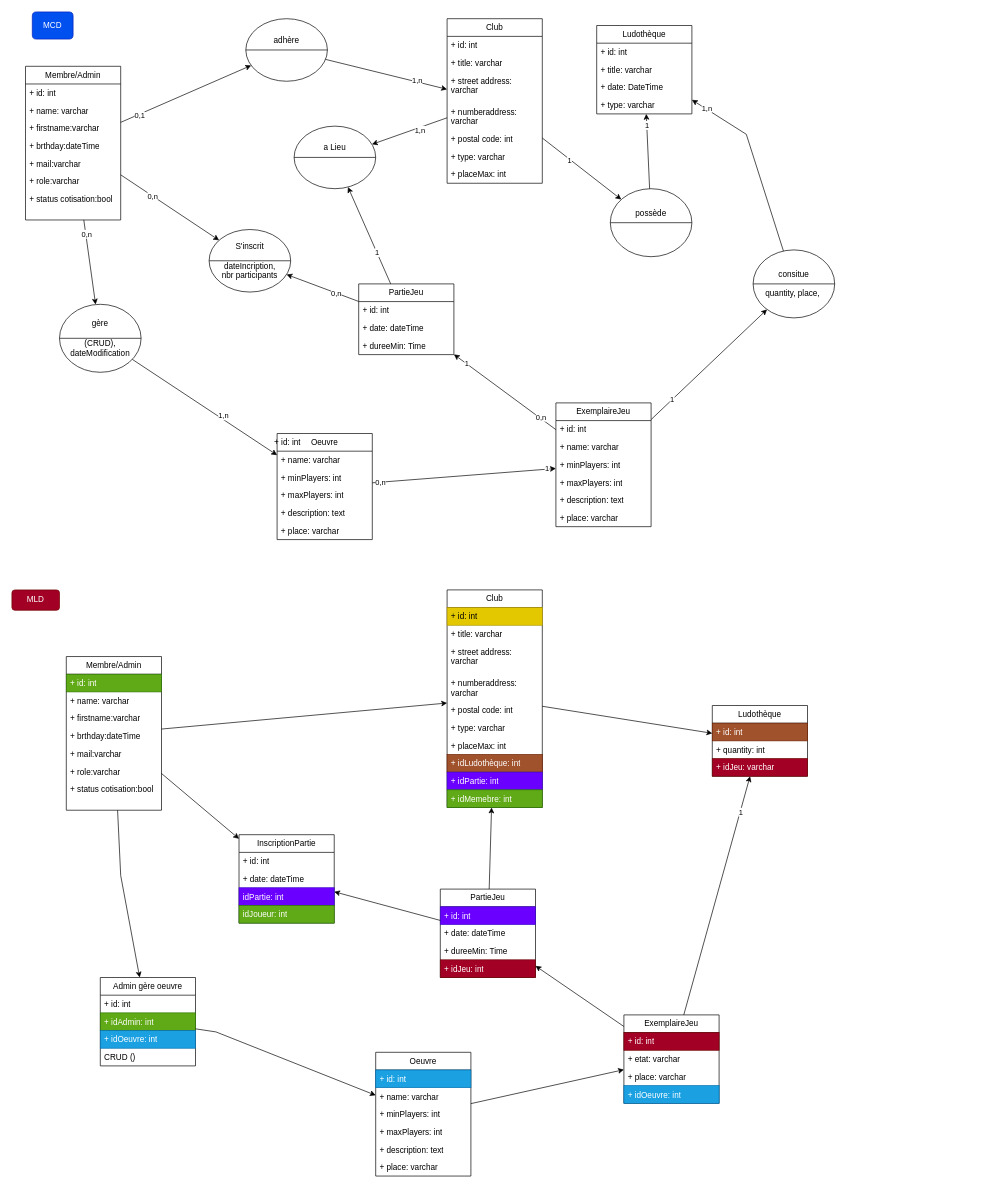
The draw.io diagram Projet Symphony/DiagrammesAnalyse/analyseMCDLudothequedrawio.drawio in Dj3ni/I3_PHP, before the edit. Source tidied: cells renumbered, new cells numbered last; positions are measured from the earlier drawing's top-left corner, leaving out a move shared by most shapes. Both pictures are drawn from the tidied source at 68%, with x=0, y=0 at pixel (12, 12).
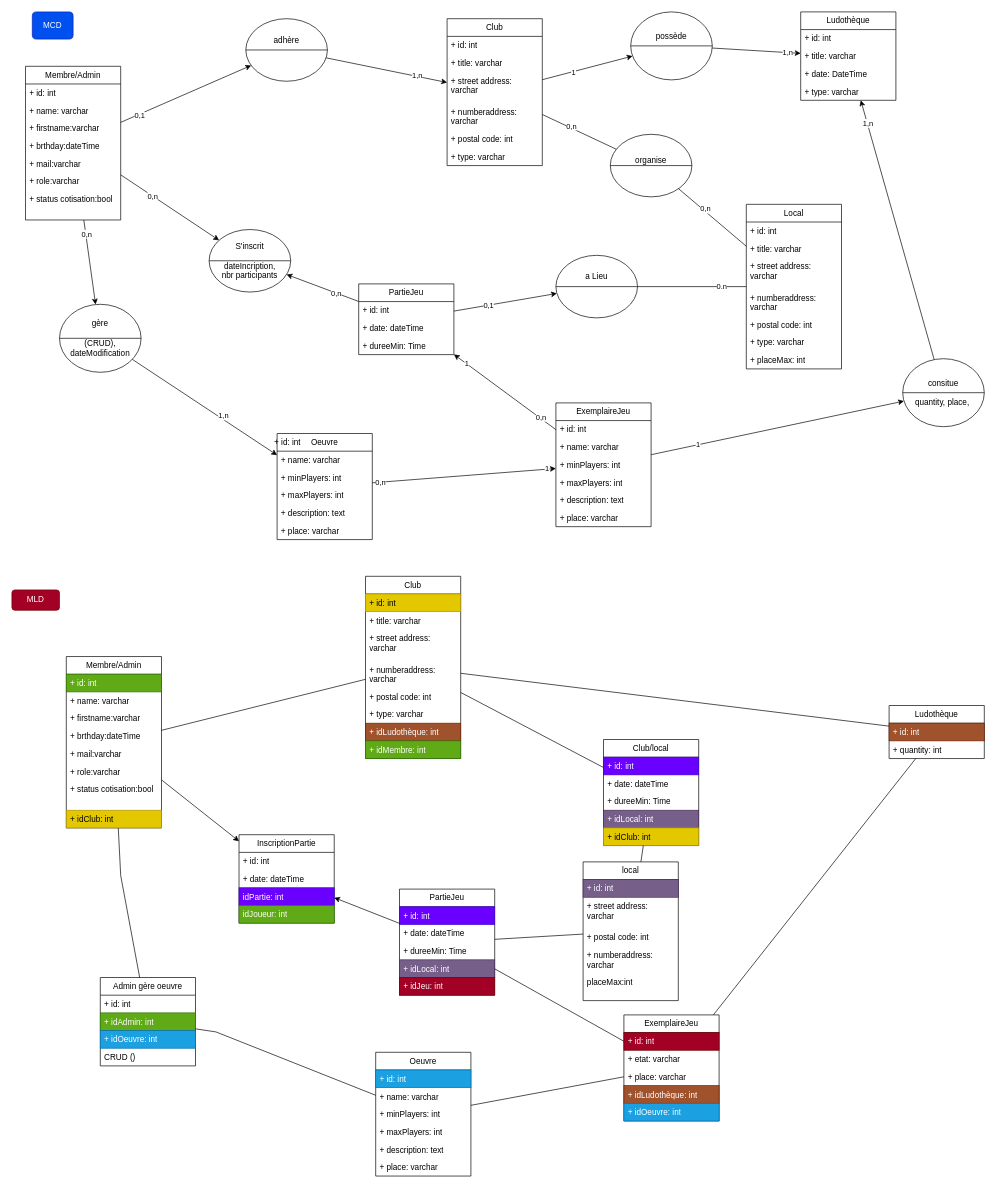
The same page after the edit.

Unchanged cells that the change refers to:
```xml
<mxCell id="58" style="endArrow=classic;html=1;rounded=0;" parent="1" edge="1" source="31" target="55">
  <mxGeometry relative="1" as="geometry" />
</mxCell>
<mxCell id="69" style="endArrow=classic;html=1;rounded=0;" parent="1" edge="1" source="68" target="63">
  <mxGeometry relative="1" as="geometry" />
</mxCell>
<mxCell id="98" value="Oeuvre" style="swimlane;fontStyle=0;horizontal=1;startSize=26;fillColor=none;whiteSpace=wrap;html=1;" parent="1" vertex="1">
  <mxGeometry x="535" y="1530" width="140" height="182" as="geometry" />
</mxCell>
<mxCell id="120" value="Admin gère oeuvre" style="swimlane;fontStyle=0;horizontal=1;startSize=26;fillColor=none;whiteSpace=wrap;html=1;" parent="1" vertex="1">
  <mxGeometry x="130" y="1420" width="140" height="130" as="geometry" />
</mxCell>
```

What changed in the source:
```diff
@@
     <mxCell id="10" value="Club" style="swimlane;fontStyle=0;horizontal=1;startSize=26;fillColor=none;whiteSpace=wrap;html=1;" parent="1" vertex="1">
-      <mxGeometry x="640" y="10" width="140" height="242" as="geometry" />
+      <mxGeometry x="640" y="10" width="140" height="216" as="geometry" />
     </mxCell>
@@
-    <mxCell id="17" value="+ placeMax: int" style="text;strokeColor=none;fillColor=none;align=left;verticalAlign=top;spacingLeft=4;spacingRight=4;overflow=hidden;whiteSpace=wrap;html=1;" parent="10" vertex="1">
-      <mxGeometry y="216" width="140" height="26" as="geometry" />
-    </mxCell>
@@
     <mxCell id="30" value="consitue&lt;div&gt;&lt;br&gt;&lt;/div&gt;&lt;div&gt;quantity, place,&amp;nbsp;&lt;/div&gt;" style="shape=lineEllipse;perimeter=ellipsePerimeter;whiteSpace=wrap;html=1;backgroundOutline=1;" parent="1" vertex="1">
-      <mxGeometry x="1090" y="350" width="120" height="100" as="geometry" />
+      <mxGeometry x="1310" y="510" width="120" height="100" as="geometry" />
     </mxCell>
@@
     <mxCell id="42" style="endArrow=classic;html=1;rounded=0;" parent="1" edge="1" source="30" target="63">
-      <mxGeometry relative="1" as="geometry">
-        <Array as="points">
-          <mxPoint x="1080" y="180" />
-        </Array>
-      </mxGeometry>
+      <mxGeometry relative="1" as="geometry" />
     </mxCell>
@@
     <mxCell id="55" value="&lt;div&gt;a Lieu&lt;/div&gt;&lt;div&gt;&lt;br&gt;&lt;/div&gt;&lt;div&gt;&lt;br&gt;&lt;/div&gt;" style="shape=lineEllipse;perimeter=ellipsePerimeter;whiteSpace=wrap;html=1;backgroundOutline=1;" parent="1" vertex="1">
-      <mxGeometry x="415" y="168" width="120" height="92" as="geometry" />
+      <mxGeometry x="800" y="358" width="120" height="92" as="geometry" />
     </mxCell>
-    <mxCell id="56" style="endArrow=classic;html=1;rounded=0;" parent="1" edge="1" source="10" target="55">
+    <mxCell id="56" style="endArrow=none;html=1;rounded=0;endFill=0;" parent="1" edge="1" source="10" target="153">
       <mxGeometry relative="1" as="geometry" />
     </mxCell>
-    <mxCell id="57" value="1,n" style="edgeLabel;html=1;align=center;verticalAlign=middle;" parent="56" vertex="1">
+    <mxCell id="57" value="0,n" style="edgeLabel;html=1;align=center;verticalAlign=middle;" parent="56" vertex="1">
       <mxGeometry x="-0.25" y="3" relative="1" as="geometry" />
     </mxCell>
@@
-    <mxCell id="59" value="1" style="edgeLabel;html=1;align=center;verticalAlign=middle;" parent="58" vertex="1">
+    <mxCell id="59" value="0,1" style="edgeLabel;html=1;align=center;verticalAlign=middle;" parent="58" vertex="1">
       <mxGeometry x="-0.34" relative="1" as="geometry" />
     </mxCell>
@@
     <mxCell id="63" value="Ludothèque" style="swimlane;fontStyle=0;horizontal=1;startSize=26;fillColor=none;whiteSpace=wrap;html=1;" parent="1" vertex="1">
-      <mxGeometry x="860" y="20" width="140" height="130" as="geometry" />
+      <mxGeometry x="1160" width="140" height="130" as="geometry" />
     </mxCell>
@@
     <mxCell id="68" value="possède&lt;div&gt;&lt;br&gt;&lt;/div&gt;&lt;div&gt;&lt;br&gt;&lt;/div&gt;" style="shape=lineEllipse;perimeter=ellipsePerimeter;whiteSpace=wrap;html=1;backgroundOutline=1;" parent="1" vertex="1">
-      <mxGeometry x="880" y="260" width="120" height="100" as="geometry" />
+      <mxGeometry x="910" width="120" height="100" as="geometry" />
     </mxCell>
@@
-    <mxCell id="70" value="1" style="edgeLabel;html=1;align=center;verticalAlign=middle;" parent="69" vertex="1">
+    <mxCell id="70" value="1,n" style="edgeLabel;html=1;align=center;verticalAlign=middle;" parent="69" vertex="1">
       <mxGeometry x="0.7" relative="1" as="geometry" />
     </mxCell>
@@
     <mxCell id="73" value="Club" style="swimlane;fontStyle=0;horizontal=1;startSize=26;fillColor=none;whiteSpace=wrap;html=1;" parent="1" vertex="1">
-      <mxGeometry x="640" y="850" width="140" height="320" as="geometry" />
+      <mxGeometry x="520" y="830" width="140" height="268" as="geometry" />
     </mxCell>
@@
-    <mxCell id="80" value="+ placeMax: int" style="text;strokeColor=none;fillColor=none;align=left;verticalAlign=top;spacingLeft=4;spacingRight=4;overflow=hidden;whiteSpace=wrap;html=1;" parent="73" vertex="1">
-      <mxGeometry y="216" width="140" height="26" as="geometry" />
-    </mxCell>
     <mxCell id="81" value="+ idLudothèque: int" style="text;strokeColor=#6D1F00;fillColor=#a0522d;align=left;verticalAlign=top;spacingLeft=4;spacingRight=4;overflow=hidden;whiteSpace=wrap;html=1;fontColor=#ffffff;" parent="73" vertex="1">
-      <mxGeometry y="242" width="140" height="26" as="geometry" />
+      <mxGeometry y="216" width="140" height="26" as="geometry" />
     </mxCell>
-    <mxCell id="82" value="+ idPartie: int" style="text;strokeColor=#3700CC;fillColor=#6a00ff;align=left;verticalAlign=top;spacingLeft=4;spacingRight=4;overflow=hidden;whiteSpace=wrap;html=1;fontColor=#ffffff;" parent="73" vertex="1">
-      <mxGeometry y="268" width="140" height="26" as="geometry" />
-    </mxCell>
-    <mxCell id="83" value="+ idMemebre: int" style="text;strokeColor=#2D7600;fillColor=#60a917;align=left;verticalAlign=top;spacingLeft=4;spacingRight=4;overflow=hidden;whiteSpace=wrap;html=1;fontColor=#ffffff;" parent="73" vertex="1">
-      <mxGeometry y="294" width="140" height="26" as="geometry" />
+    <mxCell id="83" value="+ idMembre: int" style="text;strokeColor=#2D7600;fillColor=#60a917;align=left;verticalAlign=top;spacingLeft=4;spacingRight=4;overflow=hidden;whiteSpace=wrap;html=1;fontColor=#ffffff;" parent="73" vertex="1">
+      <mxGeometry y="242" width="140" height="26" as="geometry" />
     </mxCell>
-    <mxCell id="84" style="endArrow=classic;html=1;rounded=0;" parent="1" edge="1" source="112" target="120">
+    <mxCell id="84" style="endArrow=none;html=1;rounded=0;endFill=0;" parent="1" edge="1" source="112" target="120">
       <mxGeometry relative="1" as="geometry">
         <Array as="points">
           <mxPoint x="160" y="1270" />
         </Array>
       </mxGeometry>
     </mxCell>
     <mxCell id="85" value="ExemplaireJeu" style="swimlane;fontStyle=0;horizontal=1;startSize=26;fillColor=none;whiteSpace=wrap;html=1;" parent="1" vertex="1">
-      <mxGeometry x="900" y="1475" width="140" height="130" as="geometry" />
+      <mxGeometry x="900" y="1475" width="140" height="156" as="geometry" />
     </mxCell>
@@
+    <mxCell id="140" value="+ idLudothèque: int" style="text;strokeColor=#6D1F00;fillColor=#a0522d;align=left;verticalAlign=top;spacingLeft=4;spacingRight=4;overflow=hidden;whiteSpace=wrap;html=1;fontColor=#ffffff;" parent="85" vertex="1">
+      <mxGeometry y="104" width="140" height="26" as="geometry" />
+    </mxCell>
     <mxCell id="89" value="+ idOeuvre: int" style="text;strokeColor=#006EAF;fillColor=#1ba1e2;align=left;verticalAlign=top;spacingLeft=4;spacingRight=4;overflow=hidden;whiteSpace=wrap;html=1;fontColor=#ffffff;" parent="85" vertex="1">
-      <mxGeometry y="104" width="140" height="26" as="geometry" />
+      <mxGeometry y="130" width="140" height="26" as="geometry" />
     </mxCell>
     <mxCell id="90" value="PartieJeu" style="swimlane;fontStyle=0;horizontal=1;startSize=26;fillColor=none;whiteSpace=wrap;html=1;" parent="1" vertex="1">
-      <mxGeometry x="630" y="1290" width="140" height="130" as="geometry" />
+      <mxGeometry x="570" y="1290" width="140" height="156" as="geometry" />
     </mxCell>
@@
+    <mxCell id="141" value="+ idLocal: int" style="text;strokeColor=#432D57;fillColor=#76608a;align=left;verticalAlign=top;spacingLeft=4;spacingRight=4;overflow=hidden;whiteSpace=wrap;html=1;fontColor=#ffffff;" parent="90" vertex="1">
+      <mxGeometry y="104" width="140" height="26" as="geometry" />
+    </mxCell>
     <mxCell id="94" value="+ idJeu: int" style="text;strokeColor=#6F0000;fillColor=#a20025;align=left;verticalAlign=top;spacingLeft=4;spacingRight=4;overflow=hidden;whiteSpace=wrap;html=1;fontColor=#ffffff;" parent="90" vertex="1">
-      <mxGeometry y="104" width="140" height="26" as="geometry" />
+      <mxGeometry y="130" width="140" height="26" as="geometry" />
     </mxCell>
@@
-    <mxCell id="97" style="endArrow=classic;html=1;rounded=0;" parent="1" edge="1" source="98" target="85">
+    <mxCell id="97" style="endArrow=none;html=1;rounded=0;endFill=0;" parent="1" edge="1" source="98" target="85">
       <mxGeometry relative="1" as="geometry" />
     </mxCell>
@@
-    <mxCell id="105" style="endArrow=classic;html=1;rounded=0;" parent="1" edge="1" source="90" target="73">
+    <mxCell id="105" style="endArrow=none;html=1;rounded=0;endFill=0;" parent="1" edge="1" source="90" target="156">
       <mxGeometry relative="1" as="geometry" />
     </mxCell>
-    <mxCell id="106" style="endArrow=classic;html=1;rounded=0;" parent="1" edge="1" source="85" target="90">
+    <mxCell id="106" style="endArrow=none;html=1;rounded=0;endFill=0;" parent="1" edge="1" source="85" target="90">
       <mxGeometry relative="1" as="geometry" />
     </mxCell>
     <mxCell id="107" value="Ludothèque" style="swimlane;fontStyle=0;horizontal=1;startSize=26;fillColor=none;whiteSpace=wrap;html=1;" parent="1" vertex="1">
-      <mxGeometry x="1030" y="1020" width="140" height="104" as="geometry" />
+      <mxGeometry x="1290" y="1020" width="140" height="78" as="geometry" />
     </mxCell>
@@
-    <mxCell id="110" value="+ idJeu: varchar" style="text;strokeColor=#6F0000;fillColor=#a20025;align=left;verticalAlign=top;spacingLeft=4;spacingRight=4;overflow=hidden;whiteSpace=wrap;html=1;fontColor=#ffffff;" parent="107" vertex="1">
-      <mxGeometry y="78" width="140" height="26" as="geometry" />
-    </mxCell>
-    <mxCell id="111" style="endArrow=classic;html=1;rounded=0;" parent="1" edge="1" source="73" target="107">
+    <mxCell id="111" style="endArrow=none;html=1;rounded=0;endFill=0;" parent="1" edge="1" source="73" target="107">
       <mxGeometry relative="1" as="geometry" />
     </mxCell>
     <mxCell id="112" value="Membre/Admin" style="swimlane;fontStyle=0;horizontal=1;startSize=26;fillColor=none;whiteSpace=wrap;html=1;" parent="1" vertex="1">
-      <mxGeometry x="80" y="948" width="140" height="226" as="geometry" />
+      <mxGeometry x="80" y="948" width="140" height="252" as="geometry" />
     </mxCell>
@@
+    <mxCell id="142" value="+ idClub: int" style="text;strokeColor=#B09500;fillColor=#e3c800;align=left;verticalAlign=top;spacingLeft=4;spacingRight=4;overflow=hidden;whiteSpace=wrap;html=1;fontColor=#000000;" parent="112" vertex="1">
+      <mxGeometry y="226" width="140" height="26" as="geometry" />
+    </mxCell>
@@
-    <mxCell id="125" style="endArrow=classic;html=1;rounded=0;" parent="1" edge="1" source="120" target="98">
+    <mxCell id="125" style="endArrow=none;html=1;rounded=0;endFill=0;" parent="1" edge="1" source="120" target="98">
       <mxGeometry relative="1" as="geometry">
         <Array as="points">
           <mxPoint x="300" y="1500" />
         </Array>
       </mxGeometry>
     </mxCell>
@@
-    <mxCell id="136" style="endArrow=classic;html=1;rounded=0;" parent="1" edge="1" source="112" target="73">
+    <mxCell id="136" style="endArrow=none;html=1;rounded=0;endFill=0;" parent="1" edge="1" source="112" target="73">
       <mxGeometry relative="1" as="geometry" />
     </mxCell>
-    <mxCell id="137" style="endArrow=classic;html=1;rounded=0;" parent="1" edge="1" source="85" target="107">
+    <mxCell id="137" style="endArrow=none;html=1;rounded=0;endFill=0;" parent="1" edge="1" source="85" target="107">
       <mxGeometry relative="1" as="geometry" />
     </mxCell>
-    <mxCell id="138" value="1" style="edgeLabel;html=1;align=center;verticalAlign=middle;" parent="137" vertex="1">
-      <mxGeometry x="0.7" relative="1" as="geometry" />
-    </mxCell>
@@
+    <mxCell id="143" value="Local" style="swimlane;fontStyle=0;horizontal=1;startSize=26;fillColor=none;whiteSpace=wrap;html=1;" parent="1" vertex="1">
+      <mxGeometry x="1080" y="283" width="140" height="242" as="geometry" />
+    </mxCell>
+    <mxCell id="144" value="+ id: int" style="text;strokeColor=none;fillColor=none;align=left;verticalAlign=top;spacingLeft=4;spacingRight=4;overflow=hidden;whiteSpace=wrap;html=1;" parent="143" vertex="1">
+      <mxGeometry y="26" width="140" height="26" as="geometry" />
+    </mxCell>
+    <mxCell id="145" value="+ title: varchar" style="text;strokeColor=none;fillColor=none;align=left;verticalAlign=top;spacingLeft=4;spacingRight=4;overflow=hidden;whiteSpace=wrap;html=1;" parent="143" vertex="1">
+      <mxGeometry y="52" width="140" height="26" as="geometry" />
+    </mxCell>
+    <mxCell id="146" value="+ street address: varchar" style="text;strokeColor=none;fillColor=none;align=left;verticalAlign=top;spacingLeft=4;spacingRight=4;overflow=hidden;whiteSpace=wrap;html=1;" parent="143" vertex="1">
+      <mxGeometry y="78" width="140" height="46" as="geometry" />
+    </mxCell>
+    <mxCell id="147" value="+ numberaddress: varchar" style="text;strokeColor=none;fillColor=none;align=left;verticalAlign=top;spacingLeft=4;spacingRight=4;overflow=hidden;whiteSpace=wrap;html=1;" parent="143" vertex="1">
+      <mxGeometry y="124" width="140" height="40" as="geometry" />
+    </mxCell>
+    <mxCell id="148" value="+ postal code: int" style="text;strokeColor=none;fillColor=none;align=left;verticalAlign=top;spacingLeft=4;spacingRight=4;overflow=hidden;whiteSpace=wrap;html=1;" parent="143" vertex="1">
+      <mxGeometry y="164" width="140" height="26" as="geometry" />
+    </mxCell>
+    <mxCell id="149" value="+ type: varchar" style="text;strokeColor=none;fillColor=none;align=left;verticalAlign=top;spacingLeft=4;spacingRight=4;overflow=hidden;whiteSpace=wrap;html=1;" parent="143" vertex="1">
+      <mxGeometry y="190" width="140" height="26" as="geometry" />
+    </mxCell>
+    <mxCell id="150" value="+ placeMax: int" style="text;strokeColor=none;fillColor=none;align=left;verticalAlign=top;spacingLeft=4;spacingRight=4;overflow=hidden;whiteSpace=wrap;html=1;" parent="143" vertex="1">
+      <mxGeometry y="216" width="140" height="26" as="geometry" />
+    </mxCell>
+    <mxCell id="151" style="endArrow=none;html=1;rounded=0;" parent="1" edge="1" source="55" target="143">
+      <mxGeometry relative="1" as="geometry" />
+    </mxCell>
+    <mxCell id="152" value="0.n" style="edgeLabel;html=1;align=center;verticalAlign=middle;" parent="151" vertex="1">
+      <mxGeometry x="0.54" y="1" relative="1" as="geometry" />
+    </mxCell>
+    <mxCell id="153" value="&lt;div&gt;organise&lt;/div&gt;&lt;div&gt;&lt;br&gt;&lt;/div&gt;" style="shape=lineEllipse;perimeter=ellipsePerimeter;whiteSpace=wrap;html=1;backgroundOutline=1;" parent="1" vertex="1">
+      <mxGeometry x="880" y="180" width="120" height="92" as="geometry" />
+    </mxCell>
+    <mxCell id="154" style="endArrow=none;html=1;rounded=0;endFill=0;" parent="1" edge="1" source="153" target="143">
+      <mxGeometry relative="1" as="geometry" />
+    </mxCell>
+    <mxCell id="155" value="0,n" style="edgeLabel;html=1;align=center;verticalAlign=middle;" parent="154" vertex="1">
+      <mxGeometry x="-0.25" y="3" relative="1" as="geometry" />
+    </mxCell>
+    <mxCell id="156" value="local" style="swimlane;fontStyle=0;horizontal=1;startSize=26;fillColor=none;whiteSpace=wrap;html=1;" parent="1" vertex="1">
+      <mxGeometry x="840" y="1250" width="140" height="204" as="geometry" />
+    </mxCell>
+    <mxCell id="157" value="+ id: int" style="text;strokeColor=#432D57;fillColor=#76608a;align=left;verticalAlign=top;spacingLeft=4;spacingRight=4;overflow=hidden;whiteSpace=wrap;html=1;fontColor=#ffffff;" parent="156" vertex="1">
+      <mxGeometry y="26" width="140" height="26" as="geometry" />
+    </mxCell>
+    <mxCell id="158" value="+ street address: varchar" style="text;strokeColor=none;fillColor=none;align=left;verticalAlign=top;spacingLeft=4;spacingRight=4;overflow=hidden;whiteSpace=wrap;html=1;" parent="156" vertex="1">
+      <mxGeometry y="52" width="140" height="46" as="geometry" />
+    </mxCell>
+    <mxCell id="159" value="+ postal code: int" style="text;strokeColor=none;fillColor=none;align=left;verticalAlign=top;spacingLeft=4;spacingRight=4;overflow=hidden;whiteSpace=wrap;html=1;" parent="156" vertex="1">
+      <mxGeometry y="98" width="140" height="26" as="geometry" />
+    </mxCell>
+    <mxCell id="160" value="+ numberaddress: varchar" style="text;strokeColor=none;fillColor=none;align=left;verticalAlign=top;spacingLeft=4;spacingRight=4;overflow=hidden;whiteSpace=wrap;html=1;" parent="156" vertex="1">
+      <mxGeometry y="124" width="140" height="40" as="geometry" />
+    </mxCell>
+    <mxCell id="161" value="placeMax:int" style="text;strokeColor=none;fillColor=none;align=left;verticalAlign=top;spacingLeft=4;spacingRight=4;overflow=hidden;whiteSpace=wrap;html=1;" parent="156" vertex="1">
+      <mxGeometry y="164" width="140" height="40" as="geometry" />
+    </mxCell>
+    <mxCell id="162" style="endArrow=none;html=1;rounded=0;endFill=0;" parent="1" edge="1" source="73" target="163">
+      <mxGeometry relative="1" as="geometry" />
+    </mxCell>
+    <mxCell id="163" value="Club/local" style="swimlane;fontStyle=0;horizontal=1;startSize=26;fillColor=none;whiteSpace=wrap;html=1;" parent="1" vertex="1">
+      <mxGeometry x="870" y="1070" width="140" height="156" as="geometry" />
+    </mxCell>
+    <mxCell id="164" value="+ id: int" style="text;strokeColor=#3700CC;fillColor=#6a00ff;align=left;verticalAlign=top;spacingLeft=4;spacingRight=4;overflow=hidden;whiteSpace=wrap;html=1;fontColor=#ffffff;" parent="163" vertex="1">
+      <mxGeometry y="26" width="140" height="26" as="geometry" />
+    </mxCell>
+    <mxCell id="165" value="+ date: dateTime" style="text;strokeColor=none;fillColor=none;align=left;verticalAlign=top;spacingLeft=4;spacingRight=4;overflow=hidden;whiteSpace=wrap;html=1;" parent="163" vertex="1">
+      <mxGeometry y="52" width="140" height="26" as="geometry" />
+    </mxCell>
+    <mxCell id="166" value="+ dureeMin: Time" style="text;strokeColor=none;fillColor=none;align=left;verticalAlign=top;spacingLeft=4;spacingRight=4;overflow=hidden;whiteSpace=wrap;html=1;" parent="163" vertex="1">
+      <mxGeometry y="78" width="140" height="26" as="geometry" />
+    </mxCell>
+    <mxCell id="167" value="+ idLocal: int" style="text;strokeColor=#432D57;fillColor=#76608a;align=left;verticalAlign=top;spacingLeft=4;spacingRight=4;overflow=hidden;whiteSpace=wrap;html=1;fontColor=#ffffff;" parent="163" vertex="1">
+      <mxGeometry y="104" width="140" height="26" as="geometry" />
+    </mxCell>
+    <mxCell id="168" value="+ idClub: int" style="text;strokeColor=#B09500;fillColor=#e3c800;align=left;verticalAlign=top;spacingLeft=4;spacingRight=4;overflow=hidden;whiteSpace=wrap;html=1;fontColor=#000000;" parent="163" vertex="1">
+      <mxGeometry y="130" width="140" height="26" as="geometry" />
+    </mxCell>
+    <mxCell id="169" style="endArrow=none;html=1;rounded=0;endFill=0;" parent="1" edge="1" source="156" target="163">
+      <mxGeometry relative="1" as="geometry" />
+    </mxCell>
```
